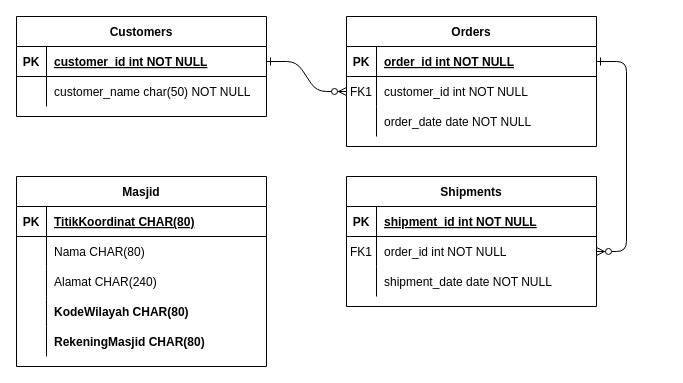
Earlier version of the draw.io diagram pertemuan3/ERD.drawio (rifkymaulana6/IF214002). Source tidied: cells renumbered, new cells numbered last; positions are measured from the earlier drawing's top-left corner, leaving out a move shared by most shapes. Both pictures are drawn from the tidied source at 100%, with x=0, y=0 at pixel (16, 16).
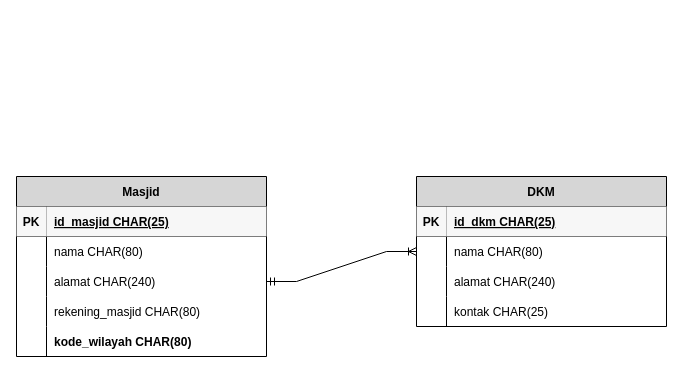
The same page after the edit.

Unchanged cells that the change refers to:
```xml
<mxCell id="32" style="shape=partialRectangle;fillColor=none;top=0;left=0;right=0;bottom=1;" parent="31" vertex="1">
  <mxGeometry y="30" width="250" height="30" as="geometry" />
</mxCell>
<mxCell id="35" style="shape=partialRectangle;fillColor=none;top=0;left=0;right=0;bottom=0;" parent="31" vertex="1">
  <mxGeometry y="60" width="250" height="30" as="geometry" />
</mxCell>
<mxCell id="38" style="shape=partialRectangle;fillColor=none;points=[[0,0.5],[1,0.5]];portConstraint=eastwest;top=0;left=0;right=0;bottom=0;" parent="31" vertex="1">
  <mxGeometry y="90" width="250" height="30" as="geometry" />
</mxCell>
```

Diff of the diagram source:
```diff
@@
-    <mxCell id="2" style="edgeStyle=entityRelationEdgeStyle;endArrow=ERzeroToMany;startArrow=ERone;endFill=1;startFill=0;" parent="1" edge="1" source="25" target="8">
-      <mxGeometry relative="1" as="geometry" />
-    </mxCell>
-    <mxCell id="3" style="edgeStyle=entityRelationEdgeStyle;endArrow=ERzeroToMany;startArrow=ERone;endFill=1;startFill=0;" parent="1" edge="1" source="5" target="18">
-      <mxGeometry relative="1" as="geometry" />
-    </mxCell>
-    <mxCell id="4" value="Orders" style="shape=table;startSize=30;childLayout=tableLayout;rowLines=0;fontStyle=1;align=center;" parent="1" vertex="1">
-      <mxGeometry x="330" width="250" height="130" as="geometry" />
-    </mxCell>
-    <mxCell id="5" style="shape=partialRectangle;fillColor=none;points=[[0,0.5],[1,0.5]];portConstraint=eastwest;top=0;left=0;right=0;bottom=1;" parent="4" vertex="1">
-      <mxGeometry y="30" width="250" height="30" as="geometry" />
-    </mxCell>
-    <mxCell id="6" value="PK" style="shape=partialRectangle;overflow=hidden;fillColor=none;top=0;left=0;bottom=0;right=0;fontStyle=1;" parent="5" vertex="1">
-      <mxGeometry width="30" height="30" as="geometry" />
-    </mxCell>
-    <mxCell id="7" value="order_id int NOT NULL " style="shape=partialRectangle;overflow=hidden;fillColor=none;top=0;left=0;bottom=0;right=0;align=left;spacingLeft=6;fontStyle=5;" parent="5" vertex="1">
-      <mxGeometry x="30" width="220" height="30" as="geometry" />
-    </mxCell>
-    <mxCell id="8" style="shape=partialRectangle;fillColor=none;points=[[0,0.5],[1,0.5]];portConstraint=eastwest;top=0;left=0;right=0;bottom=0;" parent="4" vertex="1">
-      <mxGeometry y="60" width="250" height="30" as="geometry" />
-    </mxCell>
-    <mxCell id="9" value="FK1" style="shape=partialRectangle;overflow=hidden;fillColor=none;top=0;left=0;bottom=0;right=0;" parent="8" vertex="1">
-      <mxGeometry width="30" height="30" as="geometry" />
-    </mxCell>
-    <mxCell id="10" value="customer_id int NOT NULL" style="shape=partialRectangle;overflow=hidden;fillColor=none;top=0;left=0;bottom=0;right=0;align=left;spacingLeft=6;" parent="8" vertex="1">
-      <mxGeometry x="30" width="220" height="30" as="geometry" />
-    </mxCell>
-    <mxCell id="11" style="shape=partialRectangle;fillColor=none;top=0;left=0;right=0;bottom=0;" parent="4" vertex="1">
-      <mxGeometry y="90" width="250" height="30" as="geometry" />
-    </mxCell>
-    <mxCell id="12" style="shape=partialRectangle;overflow=hidden;fillColor=none;top=0;left=0;bottom=0;right=0;" parent="11" vertex="1">
-      <mxGeometry width="30" height="30" as="geometry" />
-    </mxCell>
-    <mxCell id="13" value="order_date date NOT NULL" style="shape=partialRectangle;overflow=hidden;fillColor=none;top=0;left=0;bottom=0;right=0;align=left;spacingLeft=6;" parent="11" vertex="1">
-      <mxGeometry x="30" width="220" height="30" as="geometry" />
-    </mxCell>
-    <mxCell id="14" value="Shipments" style="shape=table;startSize=30;childLayout=tableLayout;rowLines=0;fontStyle=1;align=center;" parent="1" vertex="1">
-      <mxGeometry x="330" y="160" width="250" height="130" as="geometry" />
-    </mxCell>
-    <mxCell id="15" style="shape=partialRectangle;fillColor=none;top=0;left=0;right=0;bottom=1;" parent="14" vertex="1">
-      <mxGeometry y="30" width="250" height="30" as="geometry" />
-    </mxCell>
-    <mxCell id="16" value="PK" style="shape=partialRectangle;overflow=hidden;fillColor=none;top=0;left=0;bottom=0;right=0;fontStyle=1;" parent="15" vertex="1">
-      <mxGeometry width="30" height="30" as="geometry" />
-    </mxCell>
-    <mxCell id="17" value="shipment_id int NOT NULL " style="shape=partialRectangle;overflow=hidden;fillColor=none;top=0;left=0;bottom=0;right=0;align=left;spacingLeft=6;fontStyle=5;" parent="15" vertex="1">
-      <mxGeometry x="30" width="220" height="30" as="geometry" />
-    </mxCell>
-    <mxCell id="18" style="shape=partialRectangle;fillColor=none;points=[[0,0.5],[1,0.5]];portConstraint=eastwest;top=0;left=0;right=0;bottom=0;" parent="14" vertex="1">
-      <mxGeometry y="60" width="250" height="30" as="geometry" />
-    </mxCell>
-    <mxCell id="19" value="FK1" style="shape=partialRectangle;overflow=hidden;fillColor=none;top=0;left=0;bottom=0;right=0;" parent="18" vertex="1">
-      <mxGeometry width="30" height="30" as="geometry" />
-    </mxCell>
-    <mxCell id="20" value="order_id int NOT NULL" style="shape=partialRectangle;overflow=hidden;fillColor=none;top=0;left=0;bottom=0;right=0;align=left;spacingLeft=6;" parent="18" vertex="1">
-      <mxGeometry x="30" width="220" height="30" as="geometry" />
-    </mxCell>
-    <mxCell id="21" style="shape=partialRectangle;fillColor=none;top=0;left=0;right=0;bottom=0;" parent="14" vertex="1">
-      <mxGeometry y="90" width="250" height="30" as="geometry" />
-    </mxCell>
-    <mxCell id="22" style="shape=partialRectangle;overflow=hidden;fillColor=none;top=0;left=0;bottom=0;right=0;" parent="21" vertex="1">
-      <mxGeometry width="30" height="30" as="geometry" />
-    </mxCell>
-    <mxCell id="23" value="shipment_date date NOT NULL" style="shape=partialRectangle;overflow=hidden;fillColor=none;top=0;left=0;bottom=0;right=0;align=left;spacingLeft=6;" parent="21" vertex="1">
-      <mxGeometry x="30" width="220" height="30" as="geometry" />
-    </mxCell>
-    <mxCell id="24" value="Customers" style="shape=table;startSize=30;childLayout=tableLayout;rowLines=0;fontStyle=1;align=center;" parent="1" vertex="1">
-      <mxGeometry width="250" height="100" as="geometry" />
-    </mxCell>
-    <mxCell id="25" style="shape=partialRectangle;fillColor=none;points=[[0,0.5],[1,0.5]];portConstraint=eastwest;top=0;left=0;right=0;bottom=1;" parent="24" vertex="1">
-      <mxGeometry y="30" width="250" height="30" as="geometry" />
-    </mxCell>
-    <mxCell id="26" value="PK" style="shape=partialRectangle;overflow=hidden;fillColor=none;top=0;left=0;bottom=0;right=0;fontStyle=1;" parent="25" vertex="1">
-      <mxGeometry width="30" height="30" as="geometry" />
-    </mxCell>
-    <mxCell id="27" value="customer_id int NOT NULL " style="shape=partialRectangle;overflow=hidden;fillColor=none;top=0;left=0;bottom=0;right=0;align=left;spacingLeft=6;fontStyle=5;" parent="25" vertex="1">
-      <mxGeometry x="30" width="220" height="30" as="geometry" />
-    </mxCell>
-    <mxCell id="28" style="shape=partialRectangle;fillColor=none;top=0;left=0;right=0;bottom=0;" parent="24" vertex="1">
-      <mxGeometry y="60" width="250" height="30" as="geometry" />
-    </mxCell>
-    <mxCell id="29" style="shape=partialRectangle;overflow=hidden;fillColor=none;top=0;left=0;bottom=0;right=0;" parent="28" vertex="1">
-      <mxGeometry width="30" height="30" as="geometry" />
-    </mxCell>
-    <mxCell id="30" value="customer_name char(50) NOT NULL" style="shape=partialRectangle;overflow=hidden;fillColor=none;top=0;left=0;bottom=0;right=0;align=left;spacingLeft=6;" parent="28" vertex="1">
-      <mxGeometry x="30" width="220" height="30" as="geometry" />
-    </mxCell>
-    <mxCell id="31" value="Masjid" style="shape=table;startSize=30;childLayout=tableLayout;rowLines=0;fontStyle=1;align=center;" parent="1" vertex="1">
-      <mxGeometry y="160" width="250" height="190" as="geometry" />
+    <mxCell id="31" value="Masjid" style="shape=table;startSize=30;childLayout=tableLayout;rowLines=0;fontStyle=1;align=center;fillColor=#D6D6D6;" parent="1" vertex="1">
+      <mxGeometry y="160" width="250" height="180" as="geometry" />
     </mxCell>
@@
-    <mxCell id="33" value="PK" style="shape=partialRectangle;overflow=hidden;fillColor=none;top=0;left=0;bottom=0;right=0;fontStyle=1;" parent="32" vertex="1">
+    <mxCell id="33" value="PK" style="shape=partialRectangle;overflow=hidden;fillColor=#F7F7F7;top=0;left=0;bottom=0;right=0;fontStyle=1;strokeColor=#EDEDED;" parent="32" vertex="1">
       <mxGeometry width="30" height="30" as="geometry" />
     </mxCell>
-    <mxCell id="34" value="TitikKoordinat CHAR(80)" style="shape=partialRectangle;overflow=hidden;fillColor=none;top=0;left=0;bottom=0;right=0;align=left;spacingLeft=6;fontStyle=5;" parent="32" vertex="1">
+    <mxCell id="34" value="id_masjid CHAR(25)" style="shape=partialRectangle;overflow=hidden;fillColor=#F7F7F7;top=0;left=0;bottom=0;right=0;align=left;spacingLeft=6;fontStyle=5;strokeColor=#EDEDED;" parent="32" vertex="1">
       <mxGeometry x="30" width="220" height="30" as="geometry" />
     </mxCell>
@@
-    <mxCell id="37" value="Nama CHAR(80)" style="shape=partialRectangle;overflow=hidden;fillColor=none;top=0;left=0;bottom=0;right=0;align=left;spacingLeft=6;" parent="35" vertex="1">
+    <mxCell id="37" value="nama CHAR(80)" style="shape=partialRectangle;overflow=hidden;fillColor=none;top=0;left=0;bottom=0;right=0;align=left;spacingLeft=6;" parent="35" vertex="1">
       <mxGeometry x="30" width="220" height="30" as="geometry" />
     </mxCell>
@@
-    <mxCell id="40" value="Alamat CHAR(240)" style="shape=partialRectangle;overflow=hidden;fillColor=none;top=0;left=0;bottom=0;right=0;align=left;spacingLeft=6;" parent="38" vertex="1">
+    <mxCell id="40" value="alamat CHAR(240)" style="shape=partialRectangle;overflow=hidden;fillColor=none;top=0;left=0;bottom=0;right=0;align=left;spacingLeft=6;" parent="38" vertex="1">
       <mxGeometry x="30" width="220" height="30" as="geometry" />
     </mxCell>
+    <mxCell id="44" style="shape=partialRectangle;fillColor=none;top=0;left=0;right=0;bottom=0;" parent="31" vertex="1">
+      <mxGeometry y="120" width="250" height="30" as="geometry" />
+    </mxCell>
+    <mxCell id="45" style="shape=partialRectangle;overflow=hidden;fillColor=none;top=0;left=0;bottom=0;right=0;" parent="44" vertex="1">
+      <mxGeometry width="30" height="30" as="geometry" />
+    </mxCell>
+    <mxCell id="46" value="rekening_masjid CHAR(80)" style="shape=partialRectangle;overflow=hidden;fillColor=none;top=0;left=0;bottom=0;right=0;align=left;spacingLeft=6;fontStyle=0;" parent="44" vertex="1">
+      <mxGeometry x="30" width="220" height="30" as="geometry" />
+    </mxCell>
     <mxCell id="41" style="shape=partialRectangle;fillColor=none;top=0;left=0;right=0;bottom=0;" parent="31" vertex="1">
-      <mxGeometry y="120" width="250" height="30" as="geometry" />
+      <mxGeometry y="150" width="250" height="30" as="geometry" />
     </mxCell>
@@
-    <mxCell id="43" value="KodeWilayah CHAR(80)" style="shape=partialRectangle;overflow=hidden;fillColor=none;top=0;left=0;bottom=0;right=0;align=left;spacingLeft=6;fontStyle=1;" parent="41" vertex="1">
+    <mxCell id="43" value="kode_wilayah CHAR(80)" style="shape=partialRectangle;overflow=hidden;fillColor=none;top=0;left=0;bottom=0;right=0;align=left;spacingLeft=6;fontStyle=1;" parent="41" vertex="1">
       <mxGeometry x="30" width="220" height="30" as="geometry" />
     </mxCell>
-    <mxCell id="44" style="shape=partialRectangle;fillColor=none;top=0;left=0;right=0;bottom=0;" parent="31" vertex="1">
-      <mxGeometry y="150" width="250" height="30" as="geometry" />
-    </mxCell>
-    <mxCell id="45" style="shape=partialRectangle;overflow=hidden;fillColor=none;top=0;left=0;bottom=0;right=0;" parent="44" vertex="1">
-      <mxGeometry width="30" height="30" as="geometry" />
-    </mxCell>
-    <mxCell id="46" value="RekeningMasjid CHAR(80)" style="shape=partialRectangle;overflow=hidden;fillColor=none;top=0;left=0;bottom=0;right=0;align=left;spacingLeft=6;fontStyle=1;" parent="44" vertex="1">
-      <mxGeometry x="30" width="220" height="30" as="geometry" />
-    </mxCell>
+    <mxCell id="47" value="DKM" style="shape=table;startSize=30;childLayout=tableLayout;rowLines=0;fontStyle=1;align=center;fillColor=#D6D6D6;" parent="1" vertex="1">
+      <mxGeometry x="400" y="160" width="250" height="150" as="geometry" />
+    </mxCell>
+    <mxCell id="48" style="shape=partialRectangle;fillColor=none;top=0;left=0;right=0;bottom=1;" parent="47" vertex="1">
+      <mxGeometry y="30" width="250" height="30" as="geometry" />
+    </mxCell>
+    <mxCell id="49" value="PK" style="shape=partialRectangle;overflow=hidden;fillColor=#F7F7F7;top=0;left=0;bottom=0;right=0;fontStyle=1;strokeColor=#EDEDED;" parent="48" vertex="1">
+      <mxGeometry width="30" height="30" as="geometry" />
+    </mxCell>
+    <mxCell id="50" value="id_dkm CHAR(25)" style="shape=partialRectangle;overflow=hidden;fillColor=#F7F7F7;top=0;left=0;bottom=0;right=0;align=left;spacingLeft=6;fontStyle=5;strokeColor=#EDEDED;" parent="48" vertex="1">
+      <mxGeometry x="30" width="220" height="30" as="geometry" />
+    </mxCell>
+    <mxCell id="51" style="shape=partialRectangle;fillColor=none;points=[[0,0.5],[1,0.5]];portConstraint=eastwest;top=0;left=0;right=0;bottom=0;" parent="47" vertex="1">
+      <mxGeometry y="60" width="250" height="30" as="geometry" />
+    </mxCell>
+    <mxCell id="52" style="shape=partialRectangle;overflow=hidden;fillColor=none;top=0;left=0;bottom=0;right=0;" parent="51" vertex="1">
+      <mxGeometry width="30" height="30" as="geometry" />
+    </mxCell>
+    <mxCell id="53" value="nama CHAR(80)" style="shape=partialRectangle;overflow=hidden;fillColor=none;top=0;left=0;bottom=0;right=0;align=left;spacingLeft=6;" parent="51" vertex="1">
+      <mxGeometry x="30" width="220" height="30" as="geometry" />
+    </mxCell>
+    <mxCell id="54" style="shape=partialRectangle;fillColor=none;top=0;left=0;right=0;bottom=0;" parent="47" vertex="1">
+      <mxGeometry y="90" width="250" height="30" as="geometry" />
+    </mxCell>
+    <mxCell id="55" style="shape=partialRectangle;overflow=hidden;fillColor=none;top=0;left=0;bottom=0;right=0;" parent="54" vertex="1">
+      <mxGeometry width="30" height="30" as="geometry" />
+    </mxCell>
+    <mxCell id="56" value="alamat CHAR(240)" style="shape=partialRectangle;overflow=hidden;fillColor=none;top=0;left=0;bottom=0;right=0;align=left;spacingLeft=6;" parent="54" vertex="1">
+      <mxGeometry x="30" width="220" height="30" as="geometry" />
+    </mxCell>
+    <mxCell id="57" style="shape=partialRectangle;fillColor=none;top=0;left=0;right=0;bottom=0;" parent="47" vertex="1">
+      <mxGeometry y="120" width="250" height="30" as="geometry" />
+    </mxCell>
+    <mxCell id="58" style="shape=partialRectangle;overflow=hidden;fillColor=none;top=0;left=0;bottom=0;right=0;" parent="57" vertex="1">
+      <mxGeometry width="30" height="30" as="geometry" />
+    </mxCell>
+    <mxCell id="59" value="kontak CHAR(25)" style="shape=partialRectangle;overflow=hidden;fillColor=none;top=0;left=0;bottom=0;right=0;align=left;spacingLeft=6;fontStyle=0;" parent="57" vertex="1">
+      <mxGeometry x="30" width="220" height="30" as="geometry" />
+    </mxCell>
+    <mxCell id="60" style="edgeStyle=entityRelationEdgeStyle;fontSize=12;html=1;endArrow=ERoneToMany;startArrow=ERmandOne;rounded=0;exitX=1;exitY=0.5;exitDx=0;exitDy=0;entryX=0;entryY=0.5;entryDx=0;entryDy=0;" parent="1" edge="1" source="38" target="51">
+      <mxGeometry relative="1" as="geometry" />
+    </mxCell>
```
